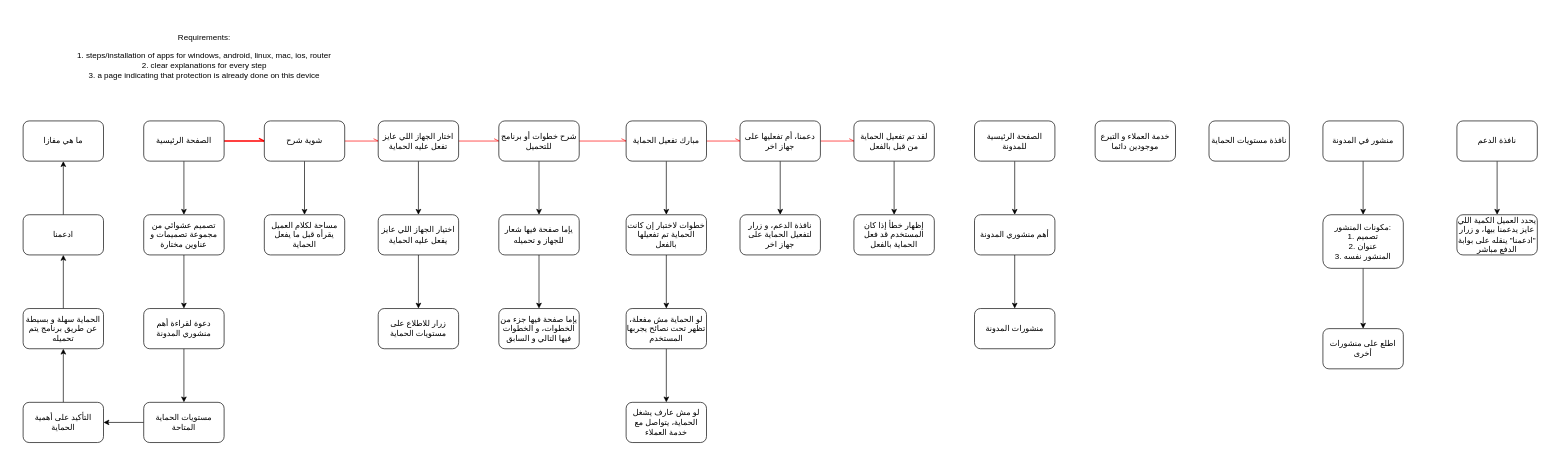
Before: page "website" (2 of 2) of ainaa.drawio in ahmed-elbehairy7/mafazaa-system-design, a draw.io diagram. Source tidied: cells renumbered, new cells numbered last; positions are measured from the earlier drawing's top-left corner, leaving out a move shared by most shapes. Both pictures are drawn from the tidied source at 67%, with x=0, y=0 at pixel (23, 25).
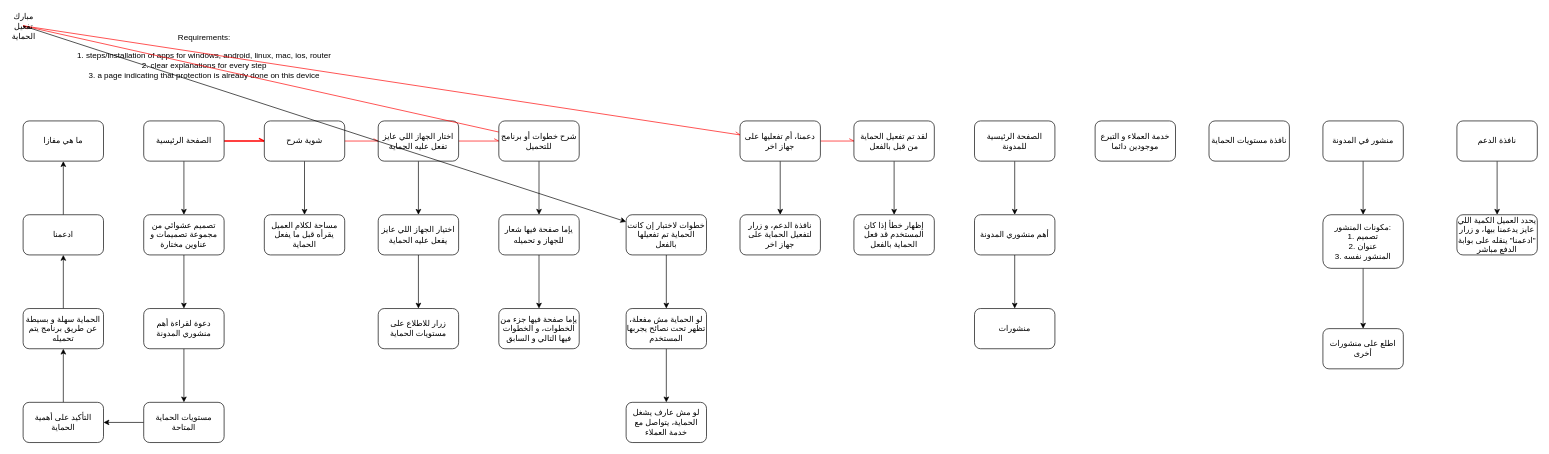
Above is the later version.

Change to the diagram source:
```diff
@@
-    <mxCell id="50" value="منشورات المدونة" style="whiteSpace=wrap;html=1;rounded=1;" parent="1" vertex="1">
+    <mxCell id="50" value="منشورات     " style="whiteSpace=wrap;html=1;rounded=1;" parent="1" vertex="1">
       <mxGeometry x="1420" y="422" width="120" height="60" as="geometry" />
     </mxCell>
@@
-    <mxCell id="59" value="مبارك تفعيل الحماية" style="rounded=1;whiteSpace=wrap;html=1;" parent="1" vertex="1">
-      <mxGeometry x="900" y="142" width="120" height="60" as="geometry" />
-    </mxCell>
+    <mxCell id="59" value="مبارك تفعيل الحماية" style="rounded=1;whiteSpace=wrap;html=1;" parent="1" vertex="1" />
```
